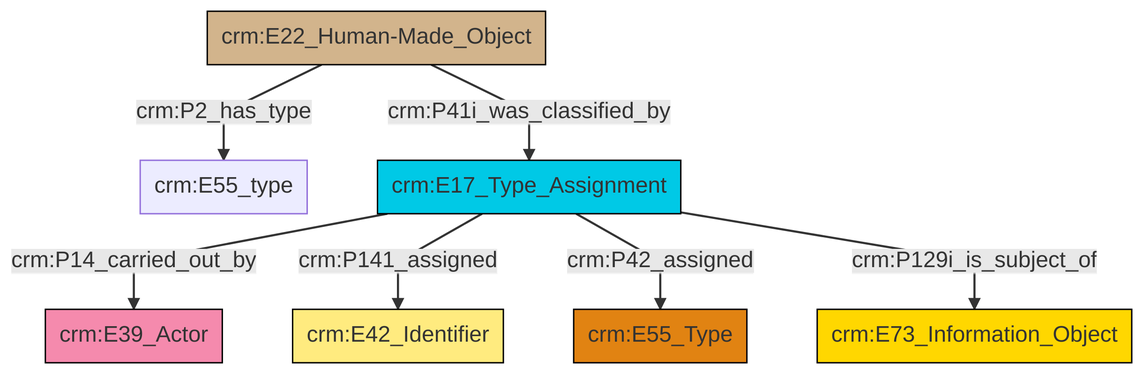
The Mermaid diagram et/builtWorkCSV/ttl/mmd/png/Built_Work_designation_status.png in swiss-art-research-net/docs.swissartresearch, before a commit. Its source is kept beside it as et/builtWorkCSV/ttl/mmd/Built_Work_designation_status.ttl.mmd.
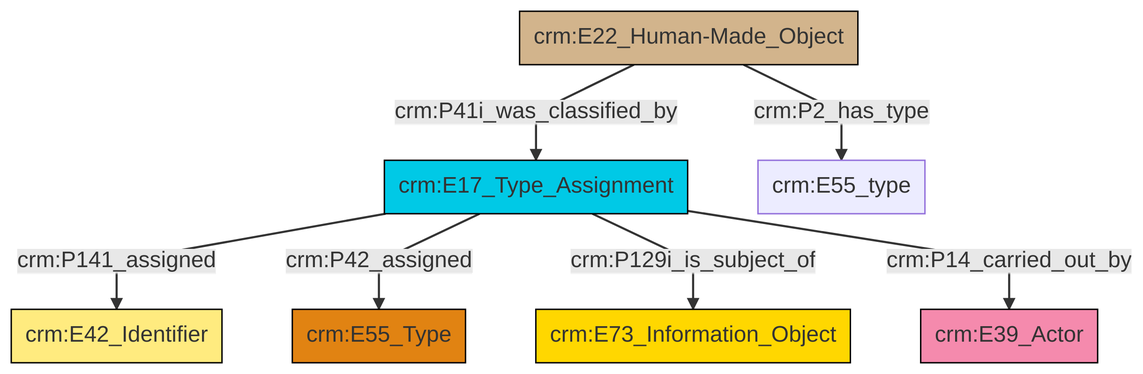
After the change.

The edit, as a diff of the source:
```diff
@@ -13,9 +13,9 @@
 classDef PC_Classes fill:#4ce600, stroke:#000000;
 classDef Multi fill:#cccccc,stroke:#000000;
 
-0["crm:E22_Human-Made_Object"]:::Physical_Thing -->|crm:P2_has_type| 1["crm:E55_type"]:::Default
-0["crm:E22_Human-Made_Object"]:::Physical_Thing -->|crm:P41i_was_classified_by| 2["crm:E17_Type_Assignment"]:::Temporal_Entity
+2["crm:E17_Type_Assignment"]:::Temporal_Entity -->|crm:P141_assigned| 0["crm:E42_Identifier"]:::Appellation
+2["crm:E17_Type_Assignment"]:::Temporal_Entity -->|crm:P42_assigned| 7["crm:E55_Type"]:::Type
+5["crm:E22_Human-Made_Object"]:::Physical_Thing -->|crm:P41i_was_classified_by| 2["crm:E17_Type_Assignment"]:::Temporal_Entity
+2["crm:E17_Type_Assignment"]:::Temporal_Entity -->|crm:P129i_is_subject_of| 10["crm:E73_Information_Object"]:::Conceptual_Object
 2["crm:E17_Type_Assignment"]:::Temporal_Entity -->|crm:P14_carried_out_by| 3["crm:E39_Actor"]:::Actor
-2["crm:E17_Type_Assignment"]:::Temporal_Entity -->|crm:P141_assigned| 8["crm:E42_Identifier"]:::Appellation
-2["crm:E17_Type_Assignment"]:::Temporal_Entity -->|crm:P42_assigned| 6["crm:E55_Type"]:::Type
-2["crm:E17_Type_Assignment"]:::Temporal_Entity -->|crm:P129i_is_subject_of| 12["crm:E73_Information_Object"]:::Conceptual_Object
+5["crm:E22_Human-Made_Object"]:::Physical_Thing -->|crm:P2_has_type| 13["crm:E55_type"]:::Default
```
